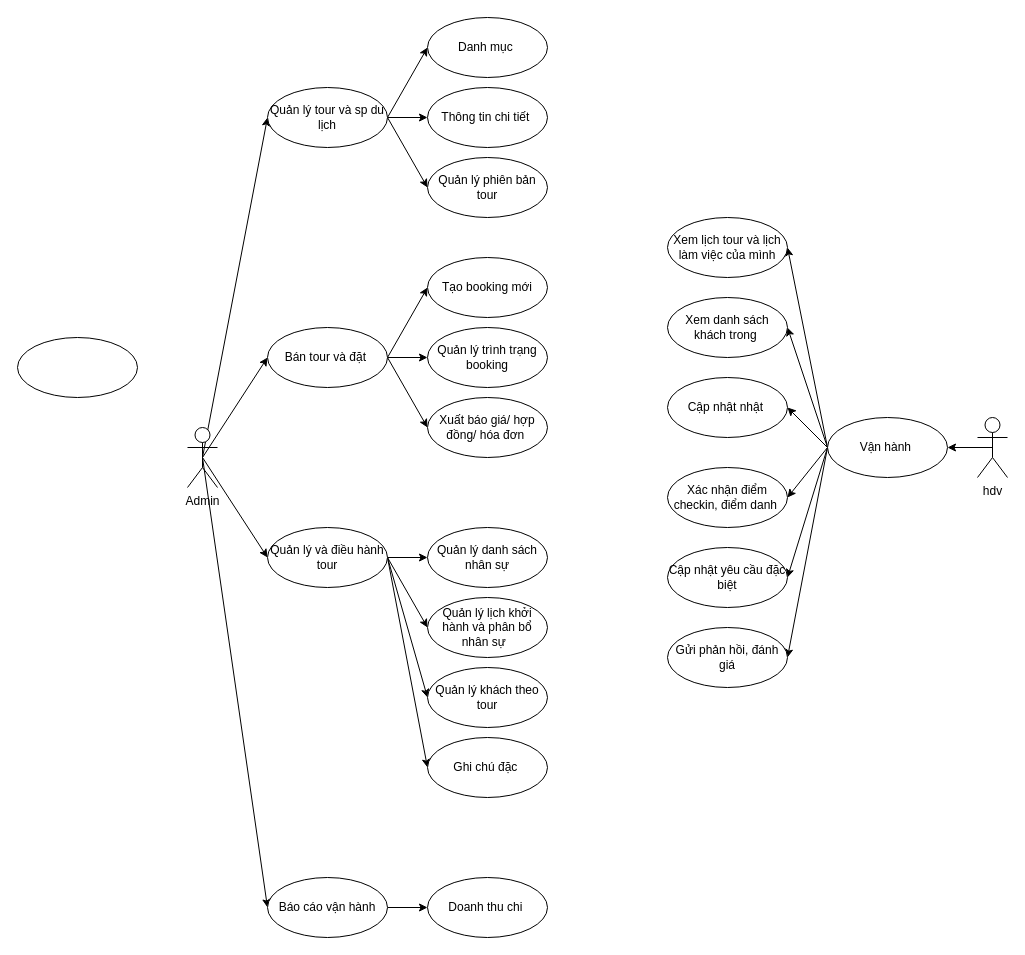
Before: Biểu đồ không có tiêu đề.drawio in Carrotnot4me/Du_an_1_new, a draw.io diagram. Source tidied: cells renumbered, new cells numbered last; positions are measured from the earlier drawing's top-left corner, leaving out a move shared by most shapes. Both pictures are drawn from the tidied source at 100%, with x=0, y=0 at pixel (17, 17).
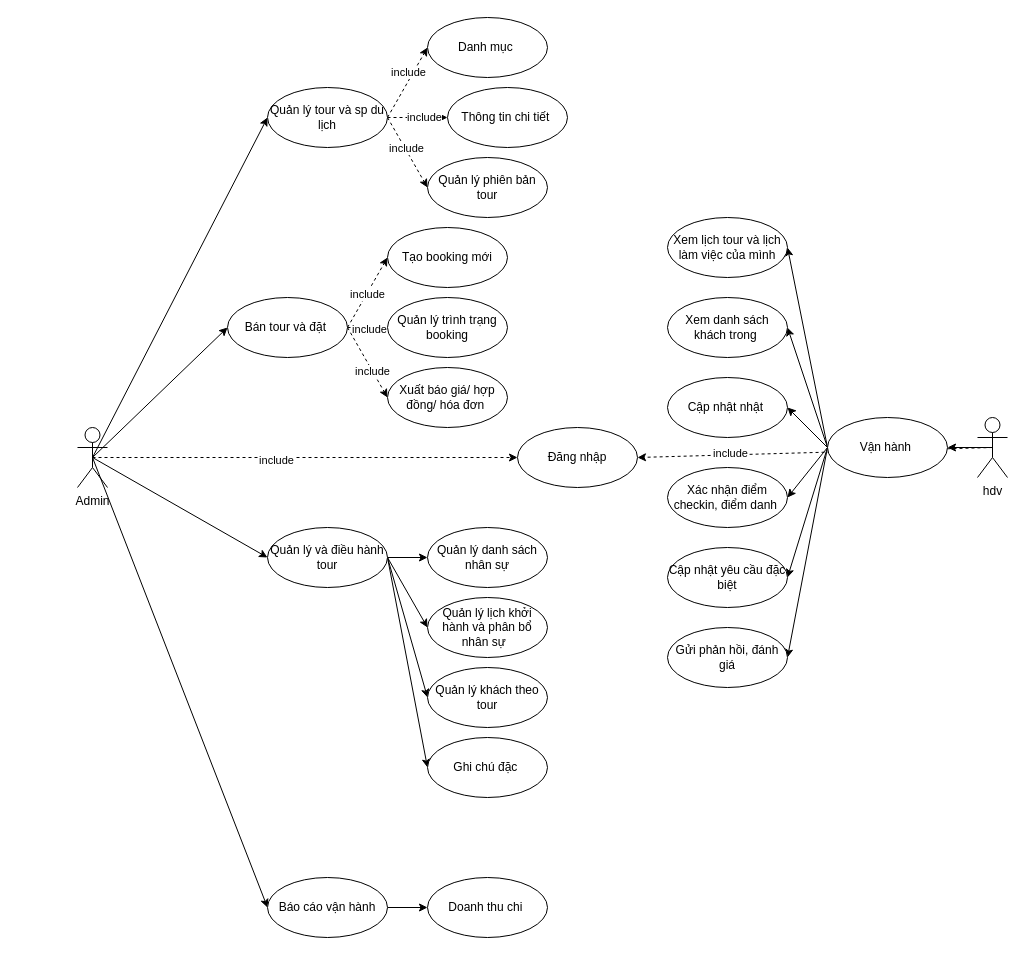
After the change.

Unchanged cells that the change refers to:
```xml
<mxCell id="3" value="hdv&lt;div&gt;&lt;br&gt;&lt;/div&gt;" style="shape=umlActor;verticalLabelPosition=bottom;verticalAlign=top;html=1;outlineConnect=0;" parent="1" vertex="1">
  <mxGeometry x="960" y="400" width="30" height="60" as="geometry" />
</mxCell>
<mxCell id="13" value="Quản lý tour và sp du lịch" style="ellipse;whiteSpace=wrap;html=1;" parent="1" vertex="1">
  <mxGeometry x="250" y="70" width="120" height="60" as="geometry" />
</mxCell>
<mxCell id="25" value="Danh mục&amp;nbsp;" style="ellipse;whiteSpace=wrap;html=1;" parent="1" vertex="1">
  <mxGeometry x="410" width="120" height="60" as="geometry" />
</mxCell>
<mxCell id="27" value="Quản lý phiên bản tour" style="ellipse;whiteSpace=wrap;html=1;" parent="1" vertex="1">
  <mxGeometry x="410" y="140" width="120" height="60" as="geometry" />
</mxCell>
```

What changed in the source:
```diff
@@
+    <mxCell id="50" style="rounded=0;jettySize=auto;html=1;exitX=0.5;exitY=0.5;exitDx=0;exitDy=0;exitPerimeter=0;entryX=1;entryY=0.5;entryDx=0;entryDy=0;dashed=1;" parent="1" edge="1" source="3" target="9">
+      <mxGeometry relative="1" as="geometry" />
+    </mxCell>
+    <mxCell id="51" value="include" style="edgeLabel;html=1;align=center;verticalAlign=middle;" parent="50" vertex="1">
+      <mxGeometry x="0.48" y="-2" relative="1" as="geometry" />
+    </mxCell>
@@
+    <mxCell id="52" style="rounded=0;jettySize=auto;html=1;exitX=0.5;exitY=0.5;exitDx=0;exitDy=0;exitPerimeter=0;dashed=1;" parent="1" edge="1" source="8" target="9">
+      <mxGeometry relative="1" as="geometry" />
+    </mxCell>
+    <mxCell id="53" value="include" style="edgeLabel;html=1;align=center;verticalAlign=middle;" parent="52" vertex="1">
+      <mxGeometry x="-0.14" y="-2" relative="1" as="geometry" />
+    </mxCell>
     <mxCell id="8" value="Admin" style="shape=umlActor;verticalLabelPosition=bottom;verticalAlign=top;html=1;outlineConnect=0;" parent="1" vertex="1">
-      <mxGeometry x="170" y="410" width="30" height="60" as="geometry" />
+      <mxGeometry x="60" y="410" width="30" height="60" as="geometry" />
     </mxCell>
-    <mxCell id="9" style="ellipse;whiteSpace=wrap;html=1;" parent="1" vertex="1">
-      <mxGeometry y="320" width="120" height="60" as="geometry" />
+    <mxCell id="9" value="Đăng nhập" style="ellipse;whiteSpace=wrap;html=1;" parent="1" vertex="1">
+      <mxGeometry x="500" y="410" width="120" height="60" as="geometry" />
     </mxCell>
-    <mxCell id="10" style="rounded=0;jettySize=auto;html=1;exitX=1;exitY=0.5;exitDx=0;exitDy=0;entryX=0;entryY=0.5;entryDx=0;entryDy=0;" parent="1" edge="1" source="13" target="25">
+    <mxCell id="10" style="rounded=0;jettySize=auto;html=1;exitX=1;exitY=0.5;exitDx=0;exitDy=0;entryX=0;entryY=0.5;entryDx=0;entryDy=0;dashed=1;" parent="1" edge="1" source="13" target="25">
       <mxGeometry relative="1" as="geometry" />
     </mxCell>
+    <mxCell id="54" value="include" style="edgeLabel;html=1;align=center;verticalAlign=middle;" parent="10" vertex="1">
+      <mxGeometry x="0.25" y="5" relative="1" as="geometry" />
+    </mxCell>
-    <mxCell id="11" style="edgeStyle=orthogonalEdgeStyle;rounded=0;jettySize=auto;html=1;exitX=1;exitY=0.5;exitDx=0;exitDy=0;" parent="1" edge="1" source="13" target="26">
+    <mxCell id="11" style="edgeStyle=orthogonalEdgeStyle;rounded=0;jettySize=auto;html=1;exitX=1;exitY=0.5;exitDx=0;exitDy=0;dashed=1;" parent="1" edge="1" source="13" target="26">
       <mxGeometry relative="1" as="geometry" />
     </mxCell>
+    <mxCell id="55" value="include" style="edgeLabel;html=1;align=center;verticalAlign=middle;" parent="11" vertex="1">
+      <mxGeometry x="0.19" y="1" relative="1" as="geometry" />
+    </mxCell>
-    <mxCell id="12" style="rounded=0;jettySize=auto;html=1;exitX=1;exitY=0.5;exitDx=0;exitDy=0;entryX=0;entryY=0.5;entryDx=0;entryDy=0;" parent="1" edge="1" source="13" target="27">
+    <mxCell id="12" style="rounded=0;jettySize=auto;html=1;exitX=1;exitY=0.5;exitDx=0;exitDy=0;entryX=0;entryY=0.5;entryDx=0;entryDy=0;dashed=1;" parent="1" edge="1" source="13" target="27">
       <mxGeometry relative="1" as="geometry" />
     </mxCell>
+    <mxCell id="56" value="include" style="edgeLabel;html=1;align=center;verticalAlign=middle;" parent="12" vertex="1">
+      <mxGeometry x="-0.1" y="1" relative="1" as="geometry" />
+    </mxCell>
@@
-    <mxCell id="14" style="rounded=0;jettySize=auto;html=1;exitX=1;exitY=0.5;exitDx=0;exitDy=0;entryX=0;entryY=0.5;entryDx=0;entryDy=0;" parent="1" edge="1" source="17" target="28">
+    <mxCell id="14" style="rounded=0;jettySize=auto;html=1;exitX=1;exitY=0.5;exitDx=0;exitDy=0;entryX=0;entryY=0.5;entryDx=0;entryDy=0;dashed=1;" parent="1" edge="1" source="17" target="28">
       <mxGeometry relative="1" as="geometry" />
     </mxCell>
+    <mxCell id="57" value="include" style="edgeLabel;html=1;align=center;verticalAlign=middle;" parent="14" vertex="1">
+      <mxGeometry x="-0.04" relative="1" as="geometry" />
+    </mxCell>
-    <mxCell id="15" style="edgeStyle=orthogonalEdgeStyle;rounded=0;jettySize=auto;html=1;exitX=1;exitY=0.5;exitDx=0;exitDy=0;" parent="1" edge="1" source="17" target="29">
+    <mxCell id="15" style="edgeStyle=orthogonalEdgeStyle;rounded=0;jettySize=auto;html=1;exitX=1;exitY=0.5;exitDx=0;exitDy=0;dashed=1;" parent="1" edge="1" source="17" target="29">
       <mxGeometry relative="1" as="geometry" />
     </mxCell>
+    <mxCell id="58" value="include" style="edgeLabel;html=1;align=center;verticalAlign=middle;" parent="15" vertex="1">
+      <mxGeometry x="0.06" y="-1" relative="1" as="geometry" />
+    </mxCell>
-    <mxCell id="16" style="rounded=0;jettySize=auto;html=1;exitX=1;exitY=0.5;exitDx=0;exitDy=0;entryX=0;entryY=0.5;entryDx=0;entryDy=0;" parent="1" edge="1" source="17" target="30">
+    <mxCell id="16" style="rounded=0;jettySize=auto;html=1;exitX=1;exitY=0.5;exitDx=0;exitDy=0;entryX=0;entryY=0.5;entryDx=0;entryDy=0;dashed=1;" parent="1" edge="1" source="17" target="30">
       <mxGeometry relative="1" as="geometry" />
     </mxCell>
+    <mxCell id="59" value="include" style="edgeLabel;html=1;align=center;verticalAlign=middle;" parent="16" vertex="1">
+      <mxGeometry x="0.23" relative="1" as="geometry" />
+    </mxCell>
     <mxCell id="17" value="Bán tour và đặt&amp;nbsp;" style="ellipse;whiteSpace=wrap;html=1;" parent="1" vertex="1">
-      <mxGeometry x="250" y="310" width="120" height="60" as="geometry" />
+      <mxGeometry x="210" y="280" width="120" height="60" as="geometry" />
     </mxCell>
@@
     <mxCell id="26" value="Thông tin chi tiết&amp;nbsp;" style="ellipse;whiteSpace=wrap;html=1;" parent="1" vertex="1">
-      <mxGeometry x="410" y="70" width="120" height="60" as="geometry" />
+      <mxGeometry x="430" y="70" width="120" height="60" as="geometry" />
     </mxCell>
@@
     <mxCell id="28" value="Tạo booking mới" style="ellipse;whiteSpace=wrap;html=1;" parent="1" vertex="1">
-      <mxGeometry x="410" y="240" width="120" height="60" as="geometry" />
+      <mxGeometry x="370" y="210" width="120" height="60" as="geometry" />
     </mxCell>
     <mxCell id="29" value="Quản lý trình trạng booking" style="ellipse;whiteSpace=wrap;html=1;" parent="1" vertex="1">
-      <mxGeometry x="410" y="310" width="120" height="60" as="geometry" />
+      <mxGeometry x="370" y="280" width="120" height="60" as="geometry" />
     </mxCell>
     <mxCell id="30" value="Xuất báo giá/ hợp đồng/ hóa đơn&amp;nbsp;" style="ellipse;whiteSpace=wrap;html=1;" parent="1" vertex="1">
-      <mxGeometry x="410" y="380" width="120" height="60" as="geometry" />
+      <mxGeometry x="370" y="350" width="120" height="60" as="geometry" />
     </mxCell>
```
